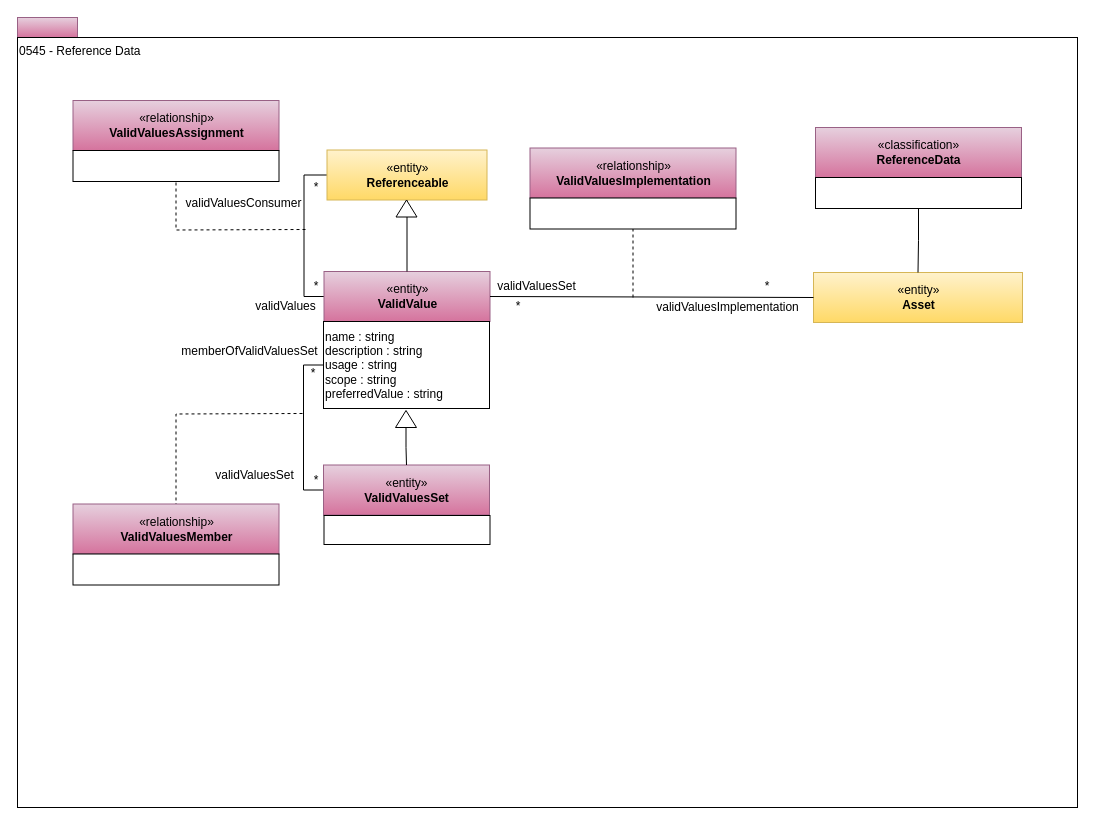
This is page "0545-Reference-Data" (18 of 20) of open-metadata-publication/website/open-metadata-types/Area-5-models-and-schema.drawio from planetf1/egeria, a draw.io file, before an edit. Source tidied: cells renumbered, new cells numbered last; positions are measured from the earlier drawing's top-left corner, leaving out a move shared by most shapes. Both pictures are drawn from the tidied source at 100%, with x=0, y=0 at pixel (17, 17).
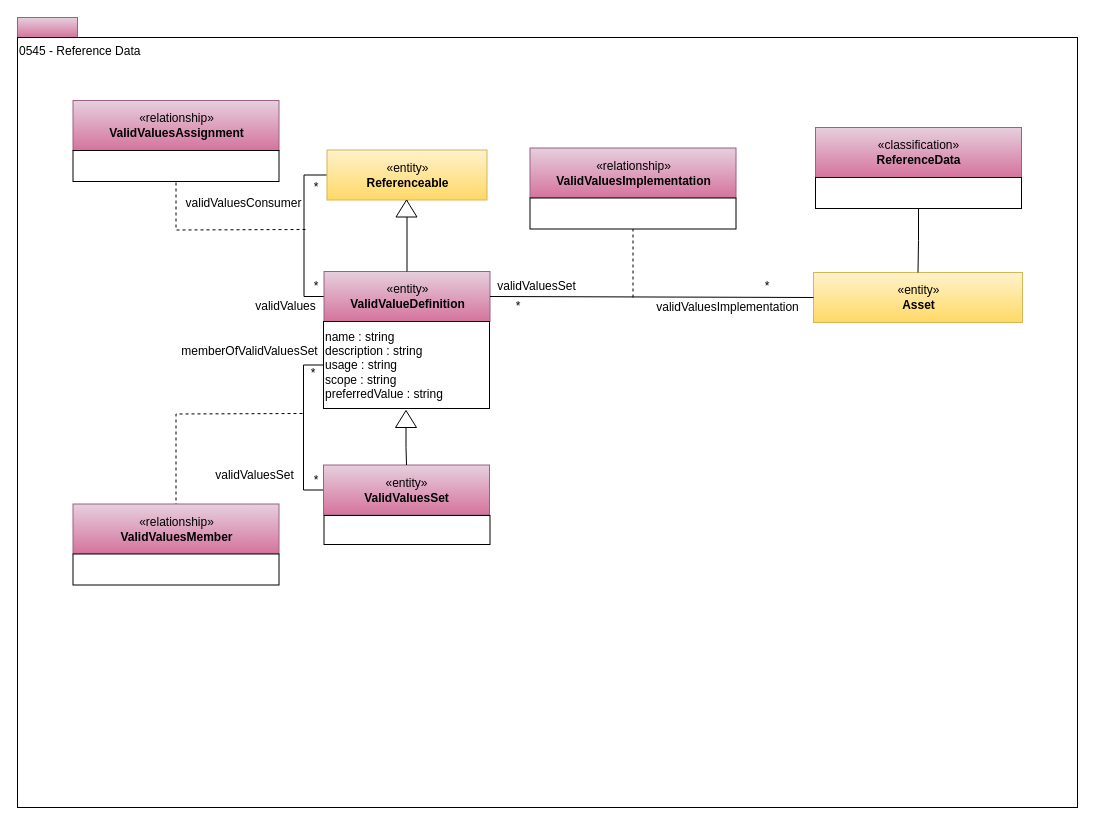
The same diagram, later.

The edit, as a diff of the source:
```diff
@@
-    <mxCell id="5" value="«entity»&lt;br&gt;&lt;b&gt;ValidValue&lt;/b&gt;" style="html=1;strokeColor=#996185;align=center;fillColor=#e6d0de;gradientColor=#d5739d;" parent="1" vertex="1">
+    <mxCell id="5" value="«entity»&lt;br&gt;&lt;b&gt;ValidValueDefinition&lt;/b&gt;" style="html=1;strokeColor=#996185;align=center;fillColor=#e6d0de;gradientColor=#d5739d;" parent="1" vertex="1">
       <mxGeometry x="306.5" y="254" width="166" height="50" as="geometry" />
     </mxCell>
```
